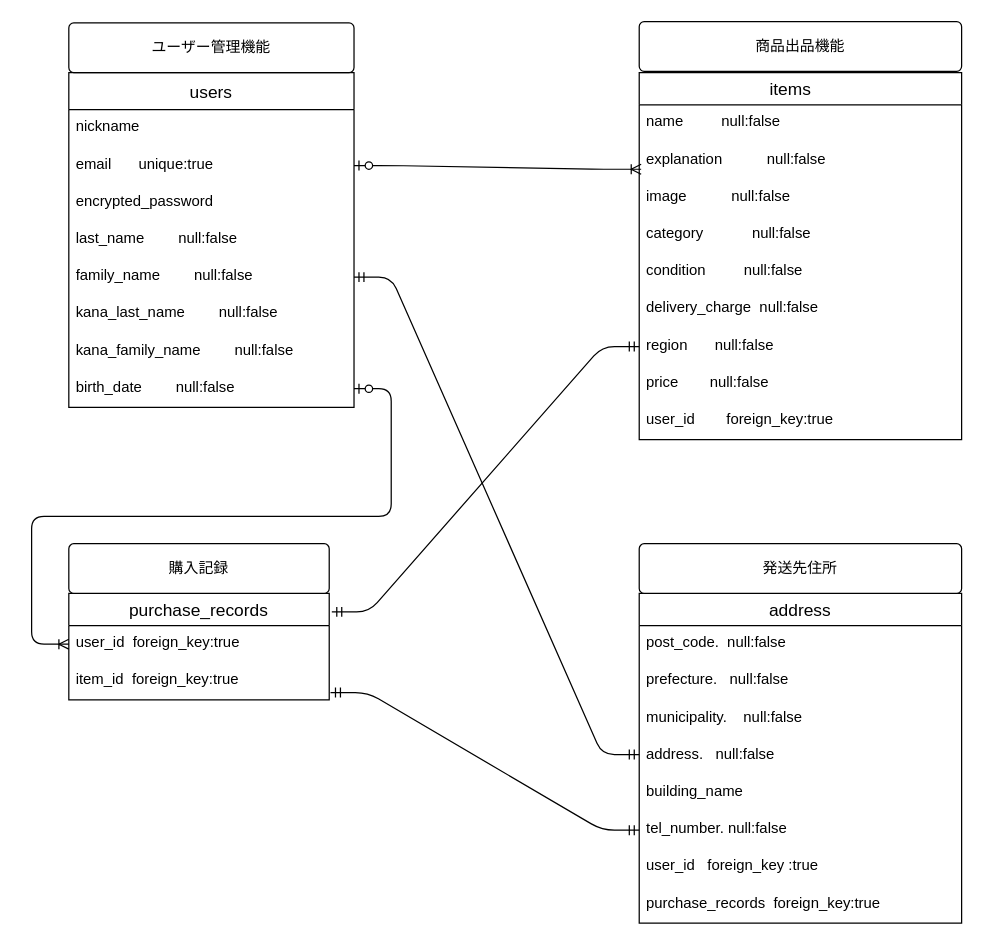
shoh1125/furima-38588 keeps this draw.io diagram as page "ページ1" (1 of 3) of furima.dio. Above is the earlier version. Source tidied: cells renumbered, new cells numbered last; positions are measured from the earlier drawing's top-left corner, leaving out a move shared by most shapes. Both pictures are drawn from the tidied source at 124%, with x=0, y=0 at pixel (68, 21).
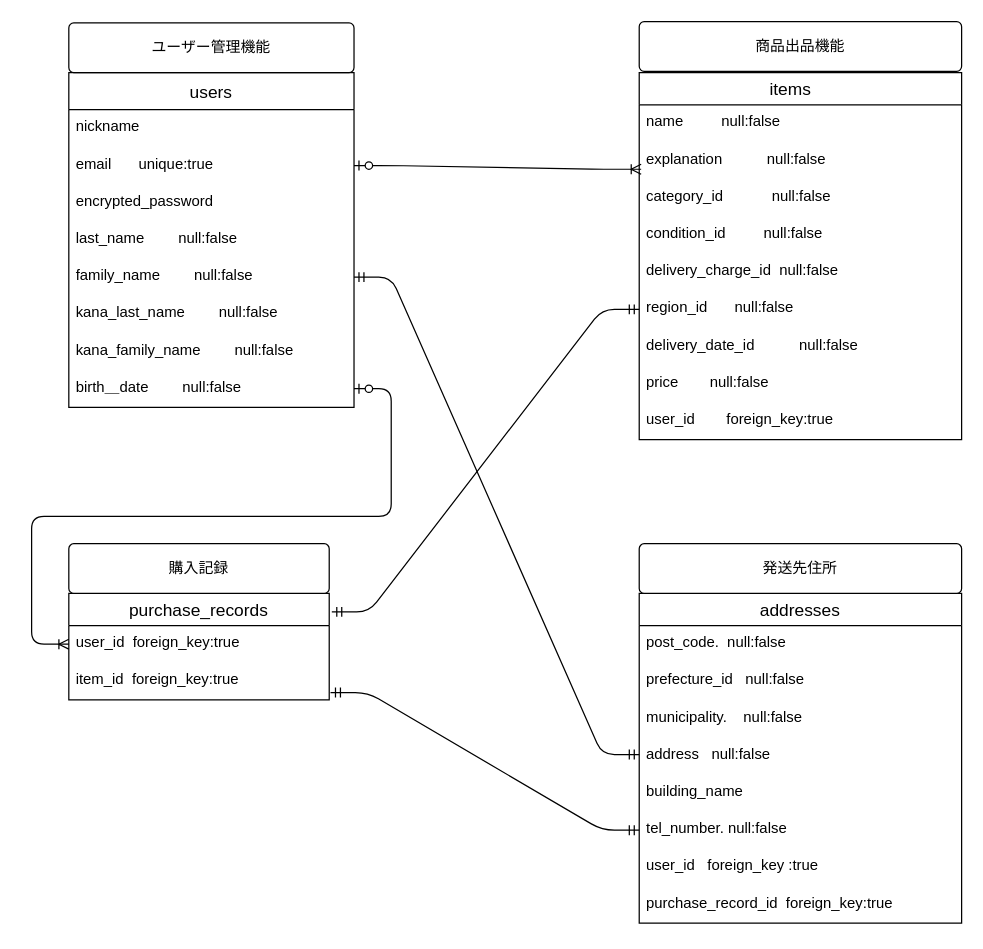
The same diagram, later.

The change refers to these unchanged cells:
```xml
<mxCell id="2" value="users" style="swimlane;fontStyle=0;horizontal=1;startSize=30;align=center;fontSize=14;" parent="1" vertex="1">
  <mxGeometry y="41" width="230" height="270" as="geometry" />
</mxCell>
<mxCell id="11" value="items    " style="swimlane;fontStyle=0;horizontal=1;startSize=26;align=center;fontSize=14;" parent="1" vertex="1">
  <mxGeometry x="460" y="41" width="260" height="296" as="geometry" />
</mxCell>
```

The edit, as a diff of the source:
```diff
@@
-    <mxCell id="10" value="birth_date　　 null:false&#10;" style="text;strokeColor=none;fillColor=none;spacingLeft=4;spacingRight=4;overflow=hidden;points=[[0,0.5],[1,0.5]];portConstraint=eastwest;fontSize=12;" parent="2" vertex="1">
+    <mxCell id="10" value="birth＿date　　 null:false&#10;" style="text;strokeColor=none;fillColor=none;spacingLeft=4;spacingRight=4;overflow=hidden;points=[[0,0.5],[1,0.5]];portConstraint=eastwest;fontSize=12;" parent="2" vertex="1">
       <mxGeometry y="240" width="230" height="30" as="geometry" />
     </mxCell>
@@
-    <mxCell id="14" value="image　　　null:false" style="text;strokeColor=none;fillColor=none;spacingLeft=4;spacingRight=4;overflow=hidden;fontSize=12;" parent="11" vertex="1">
-      <mxGeometry y="86" width="260" height="30" as="geometry" />
-    </mxCell>
-    <mxCell id="15" value="category　　　 null:false  " style="text;strokeColor=none;fillColor=none;spacingLeft=4;spacingRight=4;overflow=hidden;fontSize=12;" parent="11" vertex="1">
-      <mxGeometry y="116" width="260" height="30" as="geometry" />
+    <mxCell id="15" value="category_id　　　 null:false  " style="text;strokeColor=none;fillColor=none;spacingLeft=4;spacingRight=4;overflow=hidden;fontSize=12;" parent="11" vertex="1">
+      <mxGeometry y="86" width="260" height="30" as="geometry" />
     </mxCell>
-    <mxCell id="16" value="condition　　  null:false  " style="text;strokeColor=none;fillColor=none;spacingLeft=4;spacingRight=4;overflow=hidden;fontSize=12;" parent="11" vertex="1">
-      <mxGeometry y="146" width="260" height="30" as="geometry" />
+    <mxCell id="16" value="condition_id　　  null:false  " style="text;strokeColor=none;fillColor=none;spacingLeft=4;spacingRight=4;overflow=hidden;fontSize=12;" parent="11" vertex="1">
+      <mxGeometry y="116" width="260" height="30" as="geometry" />
     </mxCell>
-    <mxCell id="17" value="delivery_charge  null:false " style="text;strokeColor=none;fillColor=none;spacingLeft=4;spacingRight=4;overflow=hidden;fontSize=12;" parent="11" vertex="1">
-      <mxGeometry y="176" width="260" height="30" as="geometry" />
+    <mxCell id="17" value="delivery_charge_id  null:false " style="text;strokeColor=none;fillColor=none;spacingLeft=4;spacingRight=4;overflow=hidden;fontSize=12;" parent="11" vertex="1">
+      <mxGeometry y="146" width="260" height="30" as="geometry" />
     </mxCell>
-    <mxCell id="18" value="region　   null:false" style="text;strokeColor=none;fillColor=none;spacingLeft=4;spacingRight=4;overflow=hidden;points=[[0,0.5],[1,0.5]];portConstraint=eastwest;fontSize=12;" parent="11" vertex="1">
-      <mxGeometry y="206" width="260" height="30" as="geometry" />
+    <mxCell id="18" value="region_id　   null:false" style="text;strokeColor=none;fillColor=none;spacingLeft=4;spacingRight=4;overflow=hidden;points=[[0,0.5],[1,0.5]];portConstraint=eastwest;fontSize=12;" parent="11" vertex="1">
+      <mxGeometry y="176" width="260" height="30" as="geometry" />
     </mxCell>
+    <mxCell id="14" value="delivery_date_id　　　null:false" style="text;strokeColor=none;fillColor=none;spacingLeft=4;spacingRight=4;overflow=hidden;fontSize=12;" parent="11" vertex="1">
+      <mxGeometry y="206" width="260" height="30" as="geometry" />
+    </mxCell>
@@
-    <mxCell id="25" value="address" style="swimlane;fontStyle=0;horizontal=1;startSize=26;align=center;fontSize=14;" parent="1" vertex="1">
+    <mxCell id="25" value="addresses" style="swimlane;fontStyle=0;horizontal=1;startSize=26;align=center;fontSize=14;" parent="1" vertex="1">
       <mxGeometry x="460" y="461" width="260" height="266" as="geometry" />
     </mxCell>
@@
-    <mxCell id="27" value="prefecture.   null:false" style="text;strokeColor=none;fillColor=none;spacingLeft=4;spacingRight=4;overflow=hidden;fontSize=12;" parent="25" vertex="1">
+    <mxCell id="27" value="prefecture_id   null:false" style="text;strokeColor=none;fillColor=none;spacingLeft=4;spacingRight=4;overflow=hidden;fontSize=12;" parent="25" vertex="1">
       <mxGeometry y="56" width="260" height="30" as="geometry" />
     </mxCell>
@@
-    <mxCell id="29" value="address.   null:false" style="text;strokeColor=none;fillColor=none;spacingLeft=4;spacingRight=4;overflow=hidden;fontSize=12;" parent="25" vertex="1">
+    <mxCell id="29" value="address   null:false" style="text;strokeColor=none;fillColor=none;spacingLeft=4;spacingRight=4;overflow=hidden;fontSize=12;" parent="25" vertex="1">
       <mxGeometry y="116" width="260" height="30" as="geometry" />
     </mxCell>
@@
-    <mxCell id="33" value="purchase_records  foreign_key:true" style="text;strokeColor=none;fillColor=none;spacingLeft=4;spacingRight=4;overflow=hidden;fontSize=12;" parent="25" vertex="1">
+    <mxCell id="33" value="purchase_record_id  foreign_key:true" style="text;strokeColor=none;fillColor=none;spacingLeft=4;spacingRight=4;overflow=hidden;fontSize=12;" parent="25" vertex="1">
       <mxGeometry y="236" width="260" height="30" as="geometry" />
     </mxCell>
```
